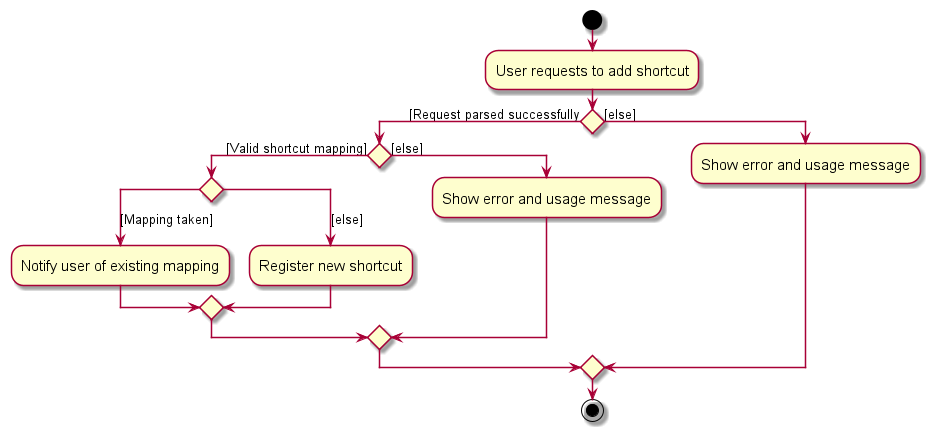
Before: docs/images/AddShortcutActivityDiagram.png, a diagram exported from PlantUML (nus-cs2103-AY2324S1/tp). The source it was exported from:
```plantuml
@startuml
skin rose
skinparam ActivityFontSize 15
skinparam ArrowFontSize 13
start
:User requests to add shortcut;

if () then ([Request parsed successfully)
if () then ([Valid shortcut mapping])
    switch ()
    case ([Mapping taken])
        :Notify user of existing mapping;
    case ([else])
        :Register new shortcut;
    endswitch
else ([else])
    :Show error and usage message;
endif
else ([else])
:Show error and usage message;
endif


stop
@enduml
```
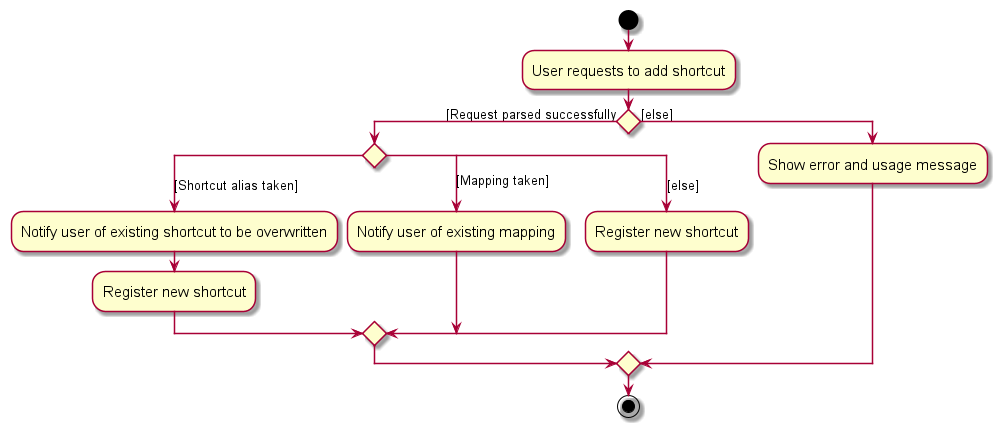
Later version of the same file.

Change to the diagram source:
```diff
@@ -6,8 +6,10 @@
 :User requests to add shortcut;
 
 if () then ([Request parsed successfully)
-if () then ([Valid shortcut mapping])
     switch ()
+    case ([Shortcut alias taken])
+        :Notify user of existing shortcut to be overwritten;
+        :Register new shortcut;
     case ([Mapping taken])
         :Notify user of existing mapping;
     case ([else])
@@ -16,9 +18,6 @@
 else ([else])
     :Show error and usage message;
 endif
-else ([else])
-:Show error and usage message;
-endif
 
 
 stop
```
